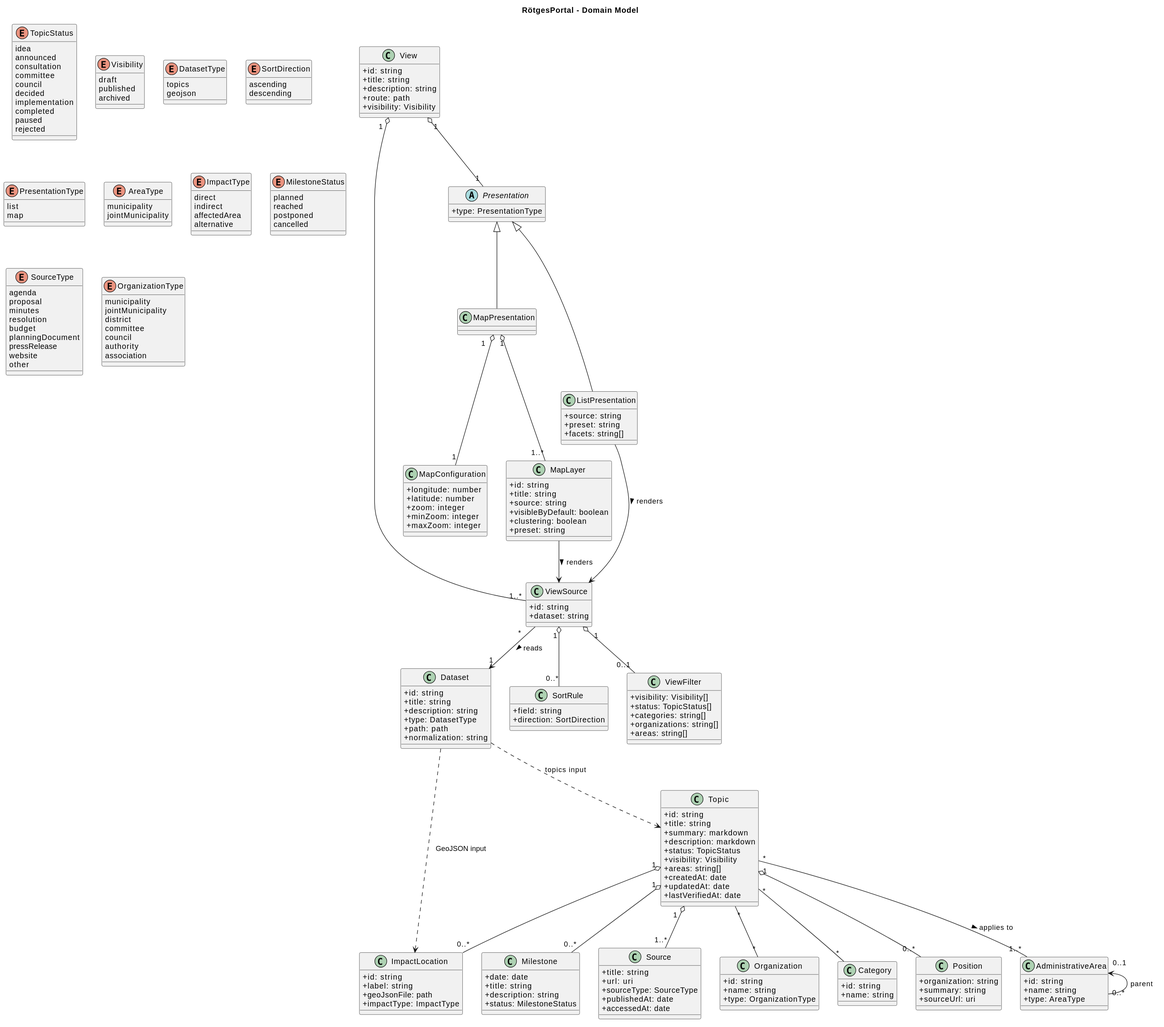
Earlier version of the PlantUML export docs/architecture/domain-model.svg (codeWithDEI/RoetgesPortal).
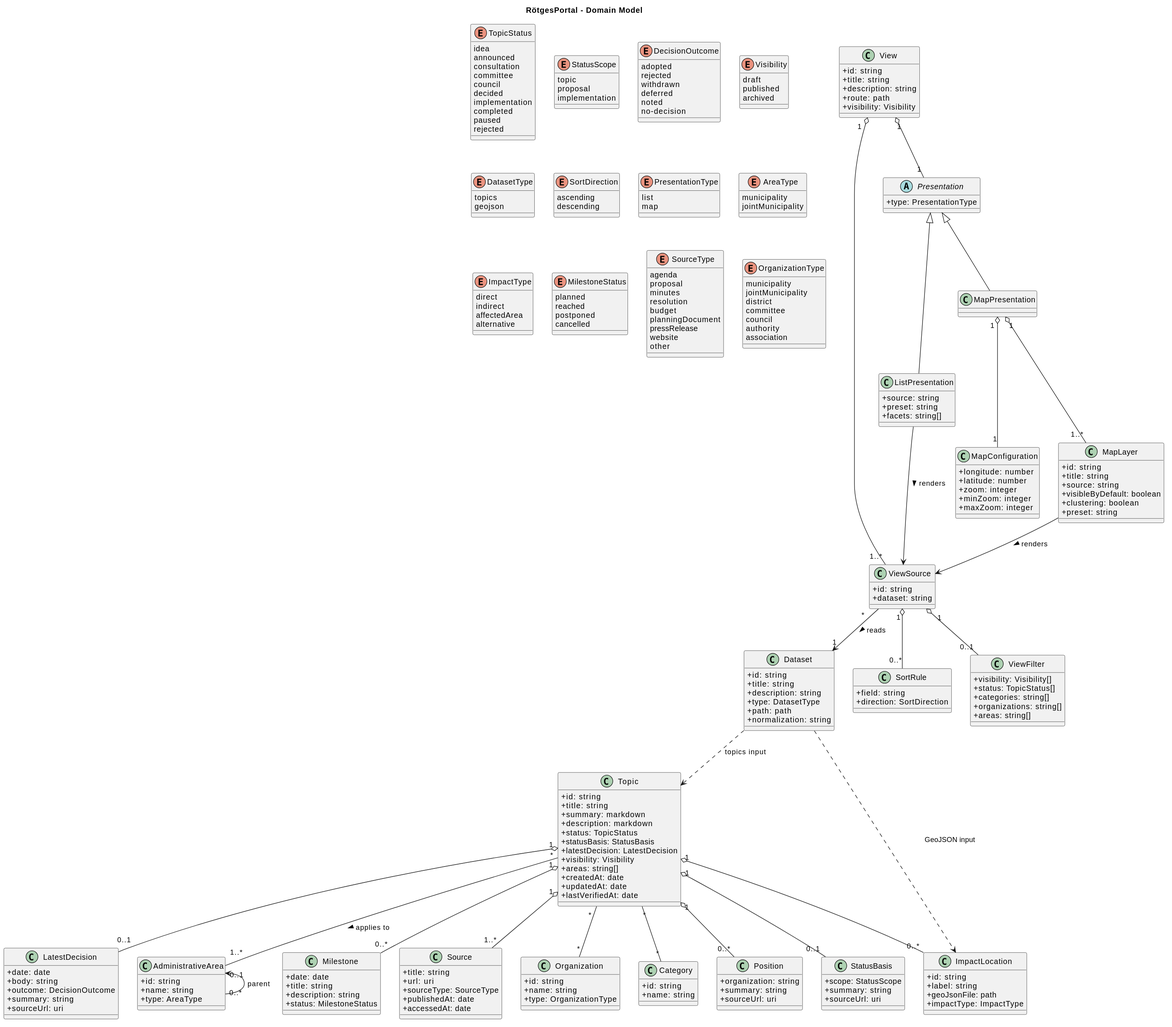
Later version of the same file.

What changed in the source:
```diff
@@ -10,6 +10,8 @@
   +summary: markdown
   +description: markdown
   +status: TopicStatus
+  +statusBasis: StatusBasis
+  +latestDecision: LatestDecision
   +visibility: Visibility
   +areas: string[]
   +createdAt: date
@@ -28,6 +30,35 @@
   completed
   paused
   rejected
+}
+
+class StatusBasis {
+  +scope: StatusScope
+  +summary: string
+  +sourceUrl: uri
+}
+
+enum StatusScope {
+  topic
+  proposal
+  implementation
+}
+
+class LatestDecision {
+  +date: date
+  +body: string
+  +outcome: DecisionOutcome
+  +summary: string
+  +sourceUrl: uri
+}
+
+enum DecisionOutcome {
+  adopted
+  rejected
+  withdrawn
+  deferred
+  noted
+  no-decision
 }
 
 enum Visibility {
@@ -202,6 +233,8 @@
 }
 
 Topic "1" o-- "0..*" ImpactLocation
+Topic "1" o-- "0..1" StatusBasis
+Topic "1" o-- "0..1" LatestDecision
 Topic "*" -- "1..*" AdministrativeArea : applies to >
 AdministrativeArea "0..1" <-- "0..*" AdministrativeArea : parent
 Topic "1" o-- "0..*" Milestone
```
